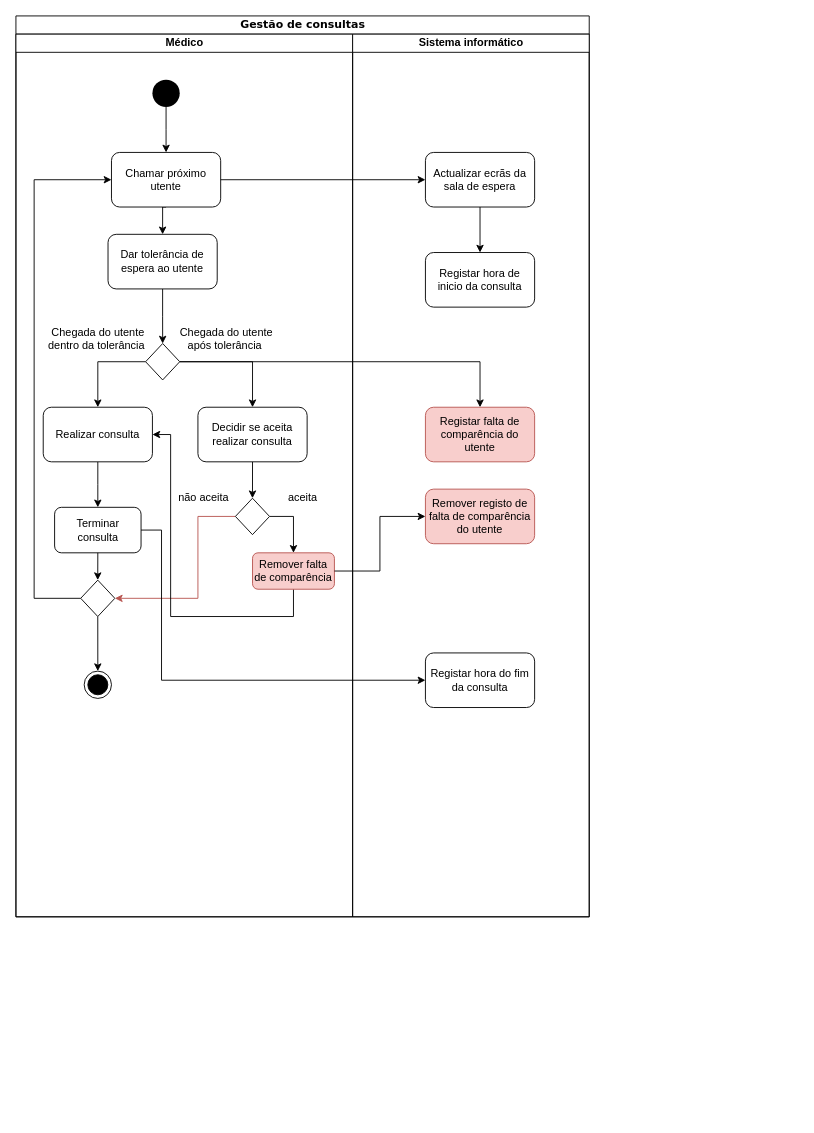
Before: page "Gestão consulta" (6 of 6) of Diagramas de actividades.drawio in carlan92/Hospital_Management_System, a draw.io diagram. Source tidied: cells renumbered, new cells numbered last; positions are measured from the earlier drawing's top-left corner, leaving out a move shared by most shapes. Both pictures are drawn from the tidied source at 91%, with x=0, y=0 at pixel (15, 15).
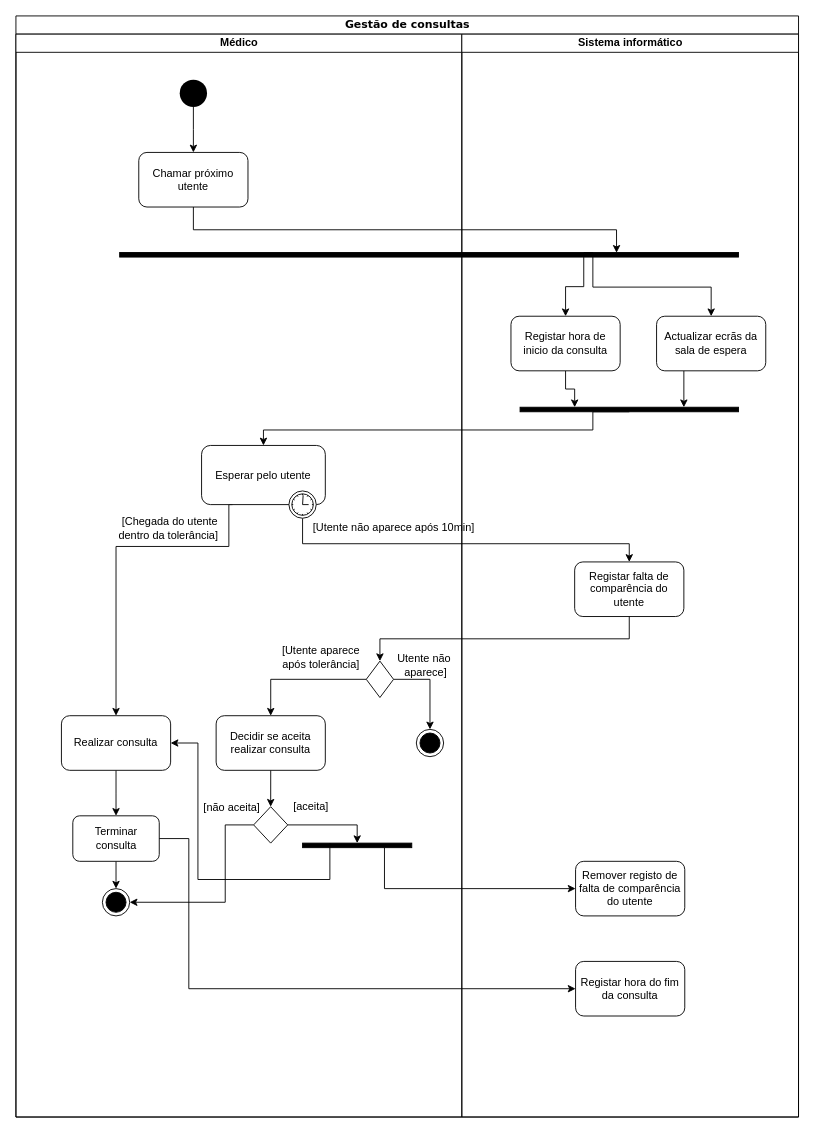
After the change.

The edit, as a diff of the source:
```diff
@@
     <mxCell id="2" value="Gestão de consultas" style="swimlane;html=1;startSize=20;rounded=0;shadow=0;comic=0;labelBackgroundColor=none;strokeWidth=1;fontFamily=Verdana;fontSize=12;align=center;" parent="1" vertex="1">
-      <mxGeometry width="630" height="990" as="geometry" />
+      <mxGeometry width="860" height="1210" as="geometry" />
     </mxCell>
+    <mxCell id="43" style="edgeStyle=orthogonalEdgeStyle;rounded=0;jettySize=auto;html=1;exitX=0.5;exitY=1;exitDx=0;exitDy=0;entryX=0.197;entryY=0.941;entryDx=0;entryDy=0;entryPerimeter=0;strokeColor=#000000;" parent="2" edge="1" source="7" target="65">
+      <mxGeometry relative="1" as="geometry" />
+    </mxCell>
+    <mxCell id="44" style="edgeStyle=orthogonalEdgeStyle;rounded=0;jettySize=auto;html=1;exitX=0.5;exitY=0;exitDx=0;exitDy=0;strokeColor=#000000;" parent="2" edge="1" source="66" target="52">
+      <mxGeometry relative="1" as="geometry">
+        <Array as="points">
+          <mxPoint x="634" y="455" />
+          <mxPoint x="272" y="455" />
+        </Array>
+      </mxGeometry>
+    </mxCell>
+    <mxCell id="45" style="edgeStyle=orthogonalEdgeStyle;rounded=0;jettySize=auto;html=1;exitX=0.5;exitY=1;exitDx=0;exitDy=0;exitPerimeter=0;strokeColor=#000000;entryX=0.5;entryY=0;entryDx=0;entryDy=0;" parent="2" edge="1" source="53" target="35">
+      <mxGeometry relative="1" as="geometry">
+        <Array as="points">
+          <mxPoint x="315" y="580" />
+          <mxPoint x="674" y="580" />
+        </Array>
+      </mxGeometry>
+    </mxCell>
     <mxCell id="3" value="Médico" style="swimlane;html=1;startSize=20;" parent="2" vertex="1">
-      <mxGeometry y="20" width="370" height="970" as="geometry" />
+      <mxGeometry y="20" width="490" height="1190" as="geometry" />
     </mxCell>
     <mxCell id="4" style="ellipse;fillColor=#000000;strokeColor=none;" parent="3" vertex="1">
-      <mxGeometry x="150" y="50" width="30" height="30" as="geometry" />
+      <mxGeometry x="180" y="50" width="30" height="30" as="geometry" />
     </mxCell>
     <mxCell id="5" style="edgeStyle=orthogonalEdgeStyle;rounded=0;jettySize=auto;html=1;exitX=0.5;exitY=1;exitDx=0;exitDy=0;entryX=0.5;entryY=0;entryDx=0;entryDy=0;" parent="3" edge="1" source="4">
       <mxGeometry relative="1" as="geometry">
-        <mxPoint x="165" y="130" as="targetPoint" />
+        <mxPoint x="195" y="130" as="targetPoint" />
       </mxGeometry>
     </mxCell>
-    <mxCell id="6" style="edgeStyle=orthogonalEdgeStyle;rounded=0;jettySize=auto;html=1;exitX=0.5;exitY=1;exitDx=0;exitDy=0;entryX=0.5;entryY=0;entryDx=0;entryDy=0;" parent="3" edge="1" source="7" target="9">
-      <mxGeometry relative="1" as="geometry" />
-    </mxCell>
     <mxCell id="7" value="Chamar próximo utente" style="rounded=1;whiteSpace=wrap;html=1;" parent="3" vertex="1">
-      <mxGeometry x="105" y="130" width="120" height="60" as="geometry" />
+      <mxGeometry x="135" y="130" width="120" height="60" as="geometry" />
     </mxCell>
-    <mxCell id="8" style="edgeStyle=orthogonalEdgeStyle;rounded=0;jettySize=auto;html=1;exitX=0.5;exitY=1;exitDx=0;exitDy=0;entryX=0.5;entryY=0;entryDx=0;entryDy=0;" parent="3" edge="1" source="9" target="12">
-      <mxGeometry relative="1" as="geometry" />
-    </mxCell>
-    <mxCell id="9" value="Dar tolerância de espera ao utente" style="rounded=1;whiteSpace=wrap;html=1;" parent="3" vertex="1">
-      <mxGeometry x="101.2" y="220" width="120" height="60" as="geometry" />
-    </mxCell>
-    <mxCell id="10" style="edgeStyle=orthogonalEdgeStyle;rounded=0;jettySize=auto;html=1;exitX=0;exitY=0.5;exitDx=0;exitDy=0;entryX=0.5;entryY=0;entryDx=0;entryDy=0;" parent="3" edge="1" source="12" target="14">
-      <mxGeometry relative="1" as="geometry" />
-    </mxCell>
-    <mxCell id="11" style="edgeStyle=orthogonalEdgeStyle;rounded=0;jettySize=auto;html=1;exitX=1;exitY=0.5;exitDx=0;exitDy=0;entryX=0.5;entryY=0;entryDx=0;entryDy=0;" parent="3" edge="1" source="12" target="16">
-      <mxGeometry relative="1" as="geometry" />
-    </mxCell>
-    <mxCell id="12" style="rhombus;whiteSpace=wrap;html=1;" parent="3" vertex="1">
-      <mxGeometry x="142.5" y="340" width="37.5" height="40" as="geometry" />
-    </mxCell>
     <mxCell id="13" style="edgeStyle=orthogonalEdgeStyle;rounded=0;jettySize=auto;html=1;exitX=0.5;exitY=1;exitDx=0;exitDy=0;entryX=0.5;entryY=0;entryDx=0;entryDy=0;" parent="3" edge="1" source="14">
       <mxGeometry relative="1" as="geometry">
-        <mxPoint x="90" y="520" as="targetPoint" />
+        <mxPoint x="110" y="859" as="targetPoint" />
       </mxGeometry>
     </mxCell>
     <mxCell id="14" value="Realizar consulta" style="rounded=1;whiteSpace=wrap;html=1;" parent="3" vertex="1">
-      <mxGeometry x="30" y="410" width="120" height="60" as="geometry" />
+      <mxGeometry x="50" y="749" width="120" height="60" as="geometry" />
     </mxCell>
@@
     <mxCell id="16" value="Decidir se aceita realizar consulta" style="rounded=1;whiteSpace=wrap;html=1;" parent="3" vertex="1">
-      <mxGeometry x="200" y="410" width="120" height="60" as="geometry" />
+      <mxGeometry x="220" y="749" width="120" height="60" as="geometry" />
     </mxCell>
-    <mxCell id="17" style="edgeStyle=orthogonalEdgeStyle;rounded=0;jettySize=auto;html=1;exitX=1;exitY=0.5;exitDx=0;exitDy=0;" parent="3" edge="1" source="19" target="23">
-      <mxGeometry relative="1" as="geometry" />
-    </mxCell>
-    <mxCell id="18" style="edgeStyle=orthogonalEdgeStyle;rounded=0;jettySize=auto;html=1;exitX=0;exitY=0.5;exitDx=0;exitDy=0;entryX=1;entryY=0.5;entryDx=0;entryDy=0;fillColor=#f8cecc;strokeColor=#b85450;" parent="3" edge="1" source="19" target="30">
-      <mxGeometry relative="1" as="geometry">
-        <Array as="points">
-          <mxPoint x="200" y="530" />
-          <mxPoint x="200" y="620" />
-        </Array>
-      </mxGeometry>
-    </mxCell>
+    <mxCell id="46" style="edgeStyle=orthogonalEdgeStyle;rounded=0;jettySize=auto;html=1;exitX=1;exitY=0.5;exitDx=0;exitDy=0;entryX=0.5;entryY=1;entryDx=0;entryDy=0;strokeColor=#000000;" parent="3" edge="1" source="19" target="50">
+      <mxGeometry relative="1" as="geometry" />
+    </mxCell>
+    <mxCell id="47" style="edgeStyle=orthogonalEdgeStyle;rounded=0;jettySize=auto;html=1;exitX=0;exitY=0.5;exitDx=0;exitDy=0;entryX=1;entryY=0.5;entryDx=0;entryDy=0;strokeColor=#000000;" parent="3" edge="1" source="19" target="21">
+      <mxGeometry relative="1" as="geometry">
+        <Array as="points">
+          <mxPoint x="230" y="869" />
+          <mxPoint x="230" y="954" />
+        </Array>
+      </mxGeometry>
+    </mxCell>
     <mxCell id="19" style="rhombus;whiteSpace=wrap;html=1;" parent="3" vertex="1">
-      <mxGeometry x="241.2" y="510" width="37.5" height="40" as="geometry" />
+      <mxGeometry x="261.2" y="849" width="37.5" height="40" as="geometry" />
     </mxCell>
+    <mxCell id="48" style="edgeStyle=orthogonalEdgeStyle;rounded=0;jettySize=auto;html=1;exitX=0.5;exitY=1;exitDx=0;exitDy=0;entryX=0.5;entryY=0;entryDx=0;entryDy=0;strokeColor=#000000;" parent="3" edge="1" source="20" target="21">
+      <mxGeometry relative="1" as="geometry" />
+    </mxCell>
     <mxCell id="20" value="Terminar consulta" style="rounded=1;whiteSpace=wrap;html=1;" parent="3" vertex="1">
-      <mxGeometry x="42.5" y="520" width="95" height="50" as="geometry" />
+      <mxGeometry x="62.5" y="859" width="95" height="50" as="geometry" />
     </mxCell>
     <mxCell id="21" style="ellipse;html=1;shape=endState;fillColor=#000000;strokeColor=#000000;" parent="3" vertex="1">
-      <mxGeometry x="75" y="700" width="30" height="30" as="geometry" />
+      <mxGeometry x="95" y="939" width="30" height="30" as="geometry" />
     </mxCell>
-    <mxCell id="22" style="edgeStyle=orthogonalEdgeStyle;rounded=0;jettySize=auto;html=1;exitX=0.5;exitY=1;exitDx=0;exitDy=0;entryX=1;entryY=0.5;entryDx=0;entryDy=0;" parent="3" edge="1" source="23" target="14">
-      <mxGeometry relative="1" as="geometry">
-        <Array as="points">
-          <mxPoint x="305" y="640" />
-          <mxPoint x="170" y="640" />
-          <mxPoint x="170" y="440" />
-        </Array>
-      </mxGeometry>
-    </mxCell>
-    <mxCell id="23" value="Remover falta de comparência" style="rounded=1;whiteSpace=wrap;html=1;fillColor=#f8cecc;strokeColor=#b85450;" parent="3" vertex="1">
-      <mxGeometry x="260" y="570" width="90" height="40" as="geometry" />
-    </mxCell>
-    <mxCell id="24" value="Chegada do utente &lt;br&gt;dentro da tolerância&amp;nbsp;" style="text;html=1;align=center;verticalAlign=middle;" parent="3" vertex="1">
-      <mxGeometry x="30" y="320" width="120" height="30" as="geometry" />
+    <mxCell id="24" value="[Chegada do utente &lt;br&gt;dentro da tolerância]&amp;nbsp;" style="text;html=1;align=center;verticalAlign=middle;" parent="3" vertex="1">
+      <mxGeometry x="104" y="528" width="130" height="30" as="geometry" />
     </mxCell>
-    <mxCell id="25" value="Chegada do utente &lt;br&gt;após tolerância&amp;nbsp;" style="text;html=1;align=center;verticalAlign=middle;" parent="3" vertex="1">
-      <mxGeometry x="171.2" y="320" width="120" height="30" as="geometry" />
+    <mxCell id="25" value="[Utente não aparece após&amp;nbsp;10min]" style="text;html=1;align=center;verticalAlign=middle;" parent="3" vertex="1">
+      <mxGeometry x="320" y="533" width="190" height="20" as="geometry" />
     </mxCell>
-    <mxCell id="26" value="não aceita" style="text;html=1;align=center;verticalAlign=middle;" parent="3" vertex="1">
-      <mxGeometry x="171.2" y="500" width="70" height="20" as="geometry" />
+    <mxCell id="26" value="[não aceita]" style="text;html=1;align=center;verticalAlign=middle;" parent="3" vertex="1">
+      <mxGeometry x="197.2" y="840" width="80" height="20" as="geometry" />
     </mxCell>
-    <mxCell id="27" value="aceita" style="text;html=1;align=center;verticalAlign=middle;" parent="3" vertex="1">
-      <mxGeometry x="290" y="500" width="50" height="20" as="geometry" />
+    <mxCell id="27" value="[aceita]" style="text;html=1;align=center;verticalAlign=middle;" parent="3" vertex="1">
+      <mxGeometry x="299" y="839" width="50" height="20" as="geometry" />
     </mxCell>
-    <mxCell id="28" style="edgeStyle=orthogonalEdgeStyle;rounded=0;jettySize=auto;html=1;exitX=0;exitY=0.5;exitDx=0;exitDy=0;entryX=0;entryY=0.5;entryDx=0;entryDy=0;" parent="3" edge="1" source="30" target="7">
-      <mxGeometry relative="1" as="geometry">
-        <Array as="points">
-          <mxPoint x="20" y="620" />
-          <mxPoint x="20" y="160" />
-        </Array>
-      </mxGeometry>
-    </mxCell>
-    <mxCell id="29" style="edgeStyle=orthogonalEdgeStyle;rounded=0;jettySize=auto;html=1;exitX=0.5;exitY=1;exitDx=0;exitDy=0;entryX=0.5;entryY=0;entryDx=0;entryDy=0;" parent="3" edge="1" source="30" target="21">
-      <mxGeometry relative="1" as="geometry" />
-    </mxCell>
-    <mxCell id="30" style="rhombus;whiteSpace=wrap;html=1;" parent="3" vertex="1">
-      <mxGeometry x="71.2" y="600" width="37.5" height="40" as="geometry" />
-    </mxCell>
+    <mxCell id="49" style="edgeStyle=orthogonalEdgeStyle;rounded=0;jettySize=auto;html=1;exitX=0.75;exitY=1;exitDx=0;exitDy=0;entryX=1;entryY=0.5;entryDx=0;entryDy=0;strokeColor=#000000;" parent="3" edge="1" source="50" target="14">
+      <mxGeometry relative="1" as="geometry">
+        <Array as="points">
+          <mxPoint x="345" y="929" />
+          <mxPoint x="200" y="929" />
+          <mxPoint x="200" y="779" />
+        </Array>
+      </mxGeometry>
+    </mxCell>
+    <mxCell id="50" style="rounded=0;whiteSpace=wrap;html=1;fillColor=#000000;direction=west;" parent="3" vertex="1">
+      <mxGeometry x="315" y="889" width="120" height="5" as="geometry" />
+    </mxCell>
+    <mxCell id="51" style="edgeStyle=orthogonalEdgeStyle;rounded=0;jettySize=auto;html=1;exitX=0.25;exitY=1;exitDx=0;exitDy=0;strokeColor=#000000;" parent="3" edge="1" source="52" target="14">
+      <mxGeometry relative="1" as="geometry">
+        <Array as="points">
+          <mxPoint x="234" y="563" />
+          <mxPoint x="110" y="563" />
+        </Array>
+      </mxGeometry>
+    </mxCell>
+    <mxCell id="52" value="Esperar pelo utente" style="html=1;whiteSpace=wrap;rounded=1;" parent="3" vertex="1">
+      <mxGeometry x="204" y="452" width="136" height="65" as="geometry" />
+    </mxCell>
+    <mxCell id="53" style="shape=mxgraph.bpmn.timer_start;perimeter=ellipsePerimeter;html=1;verticalLabelPosition=bottom;verticalAlign=top;outlineConnect=0;" parent="52" vertex="1">
+      <mxGeometry x="1" y="1" width="30" height="30" relative="1" as="geometry">
+        <mxPoint x="-40" y="-15" as="offset" />
+      </mxGeometry>
+    </mxCell>
+    <mxCell id="54" style="edgeStyle=orthogonalEdgeStyle;rounded=0;jettySize=auto;html=1;exitX=0;exitY=0.5;exitDx=0;exitDy=0;entryX=0.5;entryY=0;entryDx=0;entryDy=0;strokeColor=#000000;" parent="3" edge="1" source="56" target="16">
+      <mxGeometry relative="1" as="geometry" />
+    </mxCell>
+    <mxCell id="55" style="edgeStyle=orthogonalEdgeStyle;rounded=0;jettySize=auto;html=1;exitX=1;exitY=0.5;exitDx=0;exitDy=0;entryX=0.5;entryY=0;entryDx=0;entryDy=0;strokeColor=#000000;" parent="3" edge="1" source="56" target="57">
+      <mxGeometry relative="1" as="geometry" />
+    </mxCell>
+    <mxCell id="56" style="rhombus;whiteSpace=wrap;html=1;fillColor=#FFFFFF;" parent="3" vertex="1">
+      <mxGeometry x="385" y="689" width="30" height="40" as="geometry" />
+    </mxCell>
+    <mxCell id="57" style="ellipse;html=1;shape=endState;fillColor=#000000;strokeColor=#000000;" parent="3" vertex="1">
+      <mxGeometry x="440" y="764" width="30" height="30" as="geometry" />
+    </mxCell>
+    <mxCell id="58" value="Utente não&amp;nbsp;&lt;br&gt;aparece]" style="text;html=1;align=center;verticalAlign=middle;" parent="3" vertex="1">
+      <mxGeometry x="410" y="679" width="80" height="30" as="geometry" />
+    </mxCell>
+    <mxCell id="59" value="[Utente aparece &lt;br&gt;após tolerância]" style="text;html=1;align=center;verticalAlign=middle;" parent="3" vertex="1">
+      <mxGeometry x="285" y="670" width="100" height="30" as="geometry" />
+    </mxCell>
+    <mxCell id="41" style="edgeStyle=orthogonalEdgeStyle;rounded=0;jettySize=auto;html=1;exitX=1;exitY=0.5;exitDx=0;exitDy=0;entryX=0;entryY=0.5;entryDx=0;entryDy=0;" parent="2" edge="1" source="20" target="37">
+      <mxGeometry relative="1" as="geometry">
+        <Array as="points">
+          <mxPoint x="190" y="904" />
+          <mxPoint x="190" y="1069" />
+        </Array>
+      </mxGeometry>
+    </mxCell>
+    <mxCell id="60" style="edgeStyle=orthogonalEdgeStyle;rounded=0;jettySize=auto;html=1;exitX=0.25;exitY=0;exitDx=0;exitDy=0;entryX=0;entryY=0.5;entryDx=0;entryDy=0;strokeColor=#000000;" parent="2" edge="1" source="50" target="36">
+      <mxGeometry relative="1" as="geometry" />
+    </mxCell>
     <mxCell id="31" value="Sistema informático" style="swimlane;html=1;startSize=20;" parent="2" vertex="1">
-      <mxGeometry x="370" y="20" width="260" height="970" as="geometry" />
+      <mxGeometry x="490" y="20" width="370" height="1190" as="geometry" />
     </mxCell>
-    <mxCell id="32" style="edgeStyle=orthogonalEdgeStyle;rounded=0;jettySize=auto;html=1;exitX=0.5;exitY=1;exitDx=0;exitDy=0;entryX=0.5;entryY=0;entryDx=0;entryDy=0;" parent="31" edge="1" source="33" target="34">
-      <mxGeometry relative="1" as="geometry" />
-    </mxCell>
+    <mxCell id="61" style="edgeStyle=orthogonalEdgeStyle;rounded=0;jettySize=auto;html=1;exitX=0.25;exitY=1;exitDx=0;exitDy=0;entryX=0.25;entryY=1;entryDx=0;entryDy=0;strokeColor=#000000;" parent="31" edge="1" source="33" target="66">
+      <mxGeometry relative="1" as="geometry" />
+    </mxCell>
     <mxCell id="33" value="Actualizar ecrãs da sala de espera" style="rounded=1;whiteSpace=wrap;html=1;" parent="31" vertex="1">
-      <mxGeometry x="80" y="130" width="120" height="60" as="geometry" />
+      <mxGeometry x="214" y="310" width="120" height="60" as="geometry" />
     </mxCell>
+    <mxCell id="62" style="edgeStyle=orthogonalEdgeStyle;rounded=0;jettySize=auto;html=1;exitX=0.5;exitY=1;exitDx=0;exitDy=0;entryX=0.75;entryY=1;entryDx=0;entryDy=0;strokeColor=#000000;" parent="31" edge="1" source="34" target="66">
+      <mxGeometry relative="1" as="geometry" />
+    </mxCell>
     <mxCell id="34" value="Registar hora de inicio da consulta" style="rounded=1;whiteSpace=wrap;html=1;" parent="31" vertex="1">
-      <mxGeometry x="80" y="240" width="120" height="60" as="geometry" />
+      <mxGeometry x="54" y="310" width="120" height="60" as="geometry" />
     </mxCell>
-    <mxCell id="35" value="Registar falta de comparência do utente" style="rounded=1;whiteSpace=wrap;html=1;fillColor=#f8cecc;strokeColor=#b85450;" parent="31" vertex="1">
-      <mxGeometry x="80" y="410" width="120" height="60" as="geometry" />
+    <mxCell id="35" value="Registar falta de comparência do utente" style="rounded=1;whiteSpace=wrap;html=1;" parent="31" vertex="1">
+      <mxGeometry x="124" y="580" width="120" height="60" as="geometry" />
     </mxCell>
-    <mxCell id="36" value="Remover registo de falta de comparência do utente" style="rounded=1;whiteSpace=wrap;html=1;fillColor=#f8cecc;strokeColor=#b85450;" parent="31" vertex="1">
-      <mxGeometry x="80" y="500" width="120" height="60" as="geometry" />
+    <mxCell id="36" value="Remover registo de falta de comparência do utente" style="rounded=1;whiteSpace=wrap;html=1;" parent="31" vertex="1">
+      <mxGeometry x="125" y="909" width="120" height="60" as="geometry" />
     </mxCell>
     <mxCell id="37" value="Registar hora do fim da consulta" style="rounded=1;whiteSpace=wrap;html=1;" parent="31" vertex="1">
-      <mxGeometry x="80" y="680" width="120" height="60" as="geometry" />
+      <mxGeometry x="125" y="1019" width="120" height="60" as="geometry" />
     </mxCell>
-    <mxCell id="38" style="edgeStyle=orthogonalEdgeStyle;rounded=0;jettySize=auto;html=1;exitX=1;exitY=0.5;exitDx=0;exitDy=0;entryX=0;entryY=0.5;entryDx=0;entryDy=0;" parent="2" edge="1" source="7" target="33">
-      <mxGeometry relative="1" as="geometry" />
-    </mxCell>
-    <mxCell id="39" style="edgeStyle=orthogonalEdgeStyle;rounded=0;jettySize=auto;html=1;exitX=1;exitY=0.5;exitDx=0;exitDy=0;entryX=0.5;entryY=0;entryDx=0;entryDy=0;" parent="2" edge="1" source="12" target="35">
-      <mxGeometry relative="1" as="geometry" />
-    </mxCell>
-    <mxCell id="40" style="edgeStyle=orthogonalEdgeStyle;rounded=0;jettySize=auto;html=1;exitX=1;exitY=0.5;exitDx=0;exitDy=0;entryX=0;entryY=0.5;entryDx=0;entryDy=0;" parent="2" edge="1" source="23" target="36">
-      <mxGeometry relative="1" as="geometry" />
-    </mxCell>
-    <mxCell id="41" style="edgeStyle=orthogonalEdgeStyle;rounded=0;jettySize=auto;html=1;exitX=1;exitY=0.5;exitDx=0;exitDy=0;entryX=0;entryY=0.5;entryDx=0;entryDy=0;" parent="2" edge="1" source="20" target="37">
-      <mxGeometry relative="1" as="geometry">
-        <Array as="points">
-          <mxPoint x="160" y="565" />
-          <mxPoint x="160" y="730" />
-        </Array>
-      </mxGeometry>
-    </mxCell>
-    <mxCell id="42" style="edgeStyle=orthogonalEdgeStyle;rounded=0;jettySize=auto;html=1;exitX=0.5;exitY=1;exitDx=0;exitDy=0;" parent="1" edge="1" source="20">
-      <mxGeometry relative="1" as="geometry">
-        <mxPoint x="89.9" y="620" as="targetPoint" />
-      </mxGeometry>
-    </mxCell>
+    <mxCell id="63" style="edgeStyle=orthogonalEdgeStyle;rounded=0;jettySize=auto;html=1;exitX=0.25;exitY=0;exitDx=0;exitDy=0;entryX=0.5;entryY=0;entryDx=0;entryDy=0;strokeColor=#000000;" parent="31" edge="1" source="65" target="34">
+      <mxGeometry relative="1" as="geometry" />
+    </mxCell>
+    <mxCell id="64" style="edgeStyle=orthogonalEdgeStyle;rounded=0;jettySize=auto;html=1;exitX=0.25;exitY=1;exitDx=0;exitDy=0;entryX=0.5;entryY=0;entryDx=0;entryDy=0;strokeColor=#000000;" parent="31" edge="1" source="65" target="33">
+      <mxGeometry relative="1" as="geometry">
+        <Array as="points">
+          <mxPoint x="144" y="240" />
+          <mxPoint x="144" y="278" />
+          <mxPoint x="274" y="278" />
+        </Array>
+      </mxGeometry>
+    </mxCell>
+    <mxCell id="65" style="rounded=0;whiteSpace=wrap;html=1;fillColor=#000000;direction=west;" parent="31" vertex="1">
+      <mxGeometry x="-376" y="240" width="680" height="5" as="geometry" />
+    </mxCell>
+    <mxCell id="66" style="rounded=0;whiteSpace=wrap;html=1;fillColor=#000000;direction=west;" parent="31" vertex="1">
+      <mxGeometry x="64" y="410" width="240" height="5" as="geometry" />
+    </mxCell>
+    <mxCell id="67" style="edgeStyle=orthogonalEdgeStyle;rounded=0;jettySize=auto;html=1;exitX=0.5;exitY=1;exitDx=0;exitDy=0;entryX=0.5;entryY=0;entryDx=0;entryDy=0;strokeColor=#000000;" parent="2" edge="1" source="35" target="56">
+      <mxGeometry relative="1" as="geometry" />
+    </mxCell>
```
